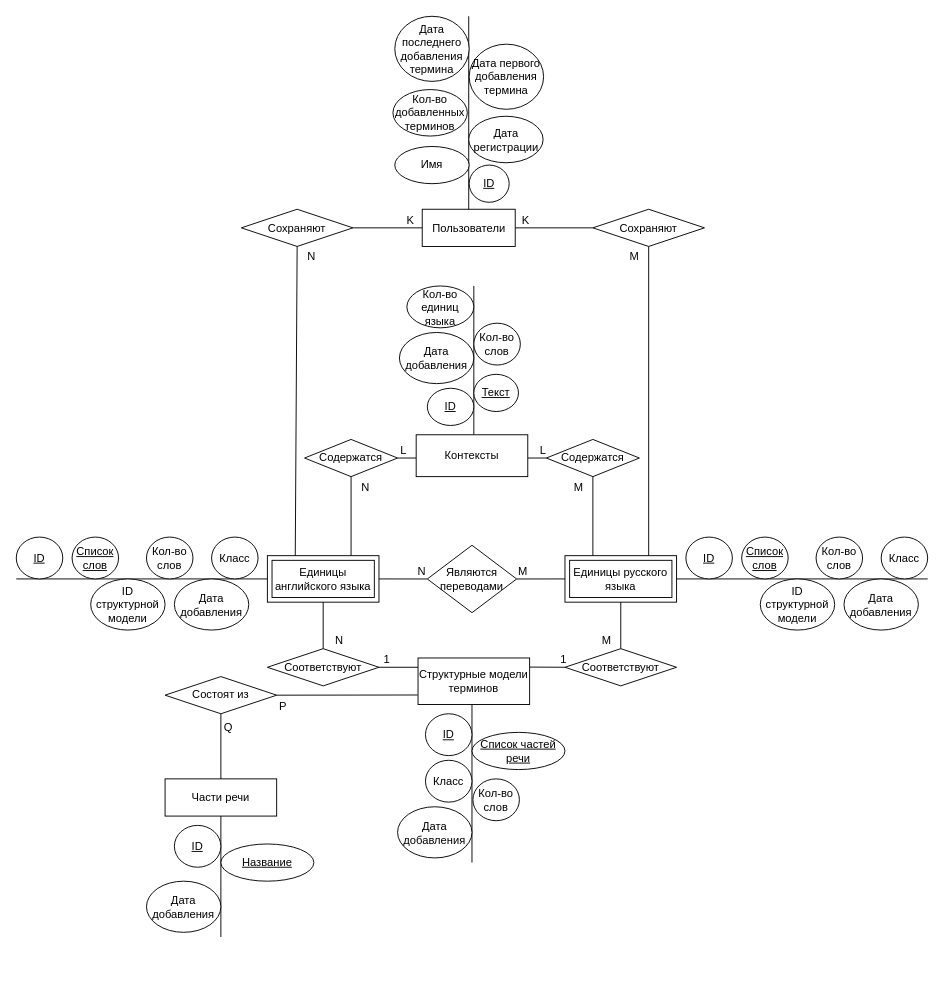
This is docs/tex/img/ER/ER.drawio from Inspirate789/Thermy-backend, a draw.io file, before an edit. Source tidied: cells renumbered, new cells numbered last; positions are measured from the earlier drawing's top-left corner, leaving out a move shared by most shapes. Both pictures are drawn from the tidied source at 93%, with x=0, y=0 at pixel (16, 16).
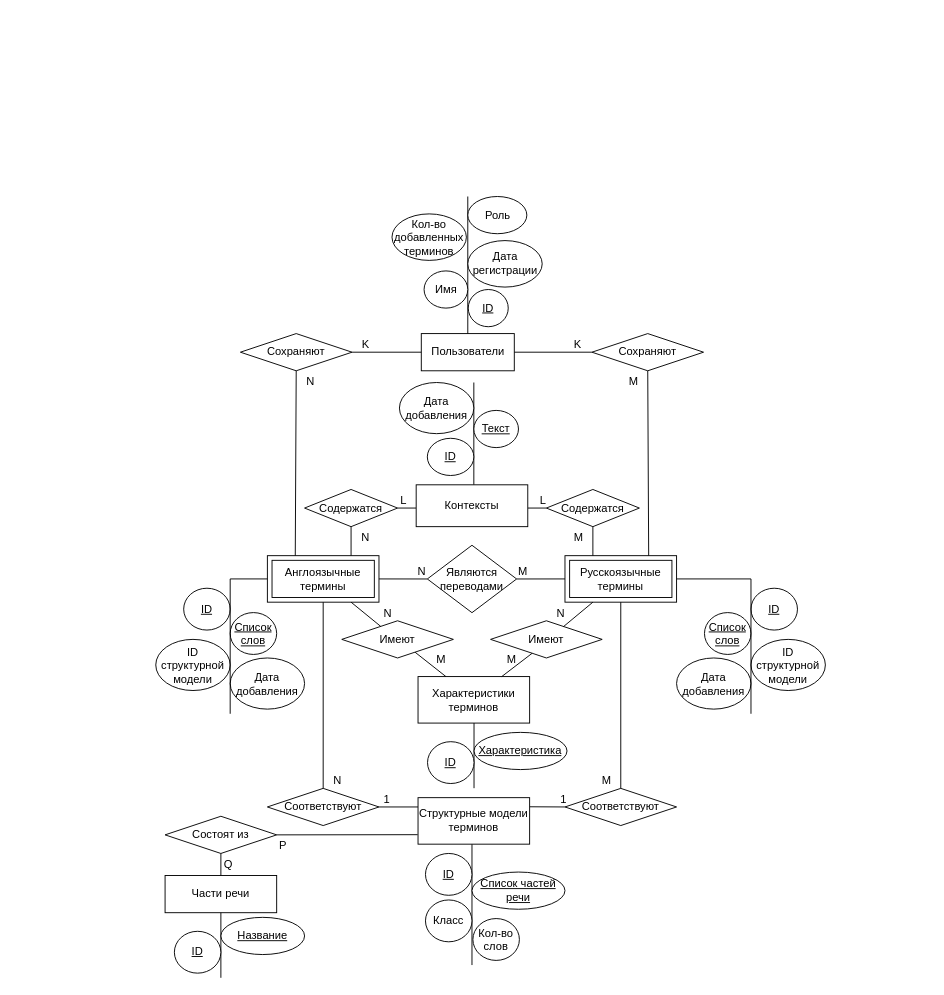
Above is the later version.

Unchanged cells that the change refers to:
```xml
<mxCell id="8" style="endArrow=none;html=1;rounded=0;exitX=0.5;exitY=0;exitDx=0;exitDy=0;entryX=0.5;entryY=1;entryDx=0;entryDy=0;" parent="1" edge="1" source="4" target="2">
  <mxGeometry relative="1" as="geometry" />
</mxCell>
<mxCell id="10" style="endArrow=none;html=1;rounded=0;entryX=0.5;entryY=1;entryDx=0;entryDy=0;exitX=0.5;exitY=0;exitDx=0;exitDy=0;" parent="1" edge="1" source="5" target="3">
  <mxGeometry relative="1" as="geometry" />
</mxCell>
<mxCell id="18" style="endArrow=none;html=1;rounded=0;exitX=1;exitY=0.5;exitDx=0;exitDy=0;entryX=0;entryY=0.5;entryDx=0;entryDy=0;" parent="1" edge="1" source="17" target="16">
  <mxGeometry relative="1" as="geometry" />
</mxCell>
<mxCell id="23" style="endArrow=none;html=1;rounded=0;exitX=0;exitY=0.5;exitDx=0;exitDy=0;entryX=1;entryY=0.5;entryDx=0;entryDy=0;" parent="1" edge="1" source="22" target="16">
  <mxGeometry relative="1" as="geometry" />
</mxCell>
<mxCell id="78" style="endArrow=none;html=1;rounded=0;exitX=0.5;exitY=0;exitDx=0;exitDy=0;entryX=0.5;entryY=1;entryDx=0;entryDy=0;" parent="1" edge="1" source="71" target="75">
  <mxGeometry relative="1" as="geometry" />
</mxCell>
```

Diff of the diagram source:
```diff
@@
-    <mxCell id="2" value="Единицы английского языка" style="shape=ext;margin=3;double=1;whiteSpace=wrap;html=1;align=center;" parent="1" vertex="1">
+    <mxCell id="2" value="Англоязычные термины" style="shape=ext;margin=3;double=1;whiteSpace=wrap;html=1;align=center;" parent="1" vertex="1">
       <mxGeometry x="270" y="580" width="120" height="50" as="geometry" />
     </mxCell>
-    <mxCell id="3" value="Единицы русского языка" style="shape=ext;margin=3;double=1;whiteSpace=wrap;html=1;align=center;" parent="1" vertex="1">
+    <mxCell id="3" value="Русскоязычные термины" style="shape=ext;margin=3;double=1;whiteSpace=wrap;html=1;align=center;" parent="1" vertex="1">
       <mxGeometry x="590" y="580" width="120" height="50" as="geometry" />
     </mxCell>
     <mxCell id="4" value="Соответствуют" style="shape=rhombus;perimeter=rhombusPerimeter;whiteSpace=wrap;html=1;align=center;" parent="1" vertex="1">
-      <mxGeometry x="270" y="680" width="120" height="40" as="geometry" />
+      <mxGeometry x="270" y="830.2" width="120" height="40" as="geometry" />
     </mxCell>
     <mxCell id="5" value="Соответствуют" style="shape=rhombus;perimeter=rhombusPerimeter;whiteSpace=wrap;html=1;align=center;" parent="1" vertex="1">
-      <mxGeometry x="590" y="680" width="120" height="40" as="geometry" />
+      <mxGeometry x="590" y="830.2" width="120" height="40" as="geometry" />
     </mxCell>
     <mxCell id="6" style="endArrow=none;html=1;rounded=0;exitX=1;exitY=0.5;exitDx=0;exitDy=0;exitPerimeter=0;entryX=0;entryY=0.2;entryDx=0;entryDy=0;entryPerimeter=0;" parent="1" edge="1" source="4">
       <mxGeometry relative="1" as="geometry">
-        <mxPoint x="432" y="700" as="targetPoint" />
+        <mxPoint x="432" y="850.2" as="targetPoint" />
       </mxGeometry>
     </mxCell>
@@
     <mxCell id="9" value="N" style="html=1;align=right;verticalAlign=bottom;" parent="8" vertex="1">
       <mxGeometry x="1" relative="1" as="geometry">
-        <mxPoint x="22" y="50" as="offset" />
+        <mxPoint x="20" y="200" as="offset" />
       </mxGeometry>
     </mxCell>
@@
     <mxCell id="11" value="M" style="html=1;align=right;verticalAlign=bottom;" parent="10" vertex="1">
       <mxGeometry x="1" relative="1" as="geometry">
-        <mxPoint x="-10" y="50" as="offset" />
+        <mxPoint x="-10" y="200" as="offset" />
       </mxGeometry>
     </mxCell>
     <mxCell id="12" style="endArrow=none;html=1;rounded=0;exitX=0;exitY=0.5;exitDx=0;exitDy=0;entryX=0.999;entryY=0.196;entryDx=0;entryDy=0;entryPerimeter=0;" parent="1" edge="1" source="5">
       <mxGeometry relative="1" as="geometry">
-        <mxPoint x="551.9" y="699.8" as="targetPoint" />
+        <mxPoint x="551.9" y="850" as="targetPoint" />
       </mxGeometry>
     </mxCell>
@@
     <mxCell id="16" value="Пользователи" style="whiteSpace=wrap;html=1;align=center;" parent="1" vertex="1">
-      <mxGeometry x="436.5" y="207.5" width="100" height="40" as="geometry" />
+      <mxGeometry x="435.5" y="341.2" width="100" height="40" as="geometry" />
     </mxCell>
     <mxCell id="17" value="Сохраняют" style="shape=rhombus;perimeter=rhombusPerimeter;whiteSpace=wrap;html=1;align=center;" parent="1" vertex="1">
-      <mxGeometry x="242" y="207.5" width="120" height="40" as="geometry" />
+      <mxGeometry x="241" y="341.2" width="120" height="40" as="geometry" />
     </mxCell>
@@
     <mxCell id="19" value="K" style="html=1;align=right;verticalAlign=bottom;" parent="18" vertex="1">
       <mxGeometry x="1" relative="1" as="geometry">
-        <mxPoint x="-9" as="offset" />
+        <mxPoint x="-56" as="offset" />
       </mxGeometry>
     </mxCell>
@@
     <mxCell id="22" value="Сохраняют" style="shape=rhombus;perimeter=rhombusPerimeter;whiteSpace=wrap;html=1;align=center;" parent="1" vertex="1">
-      <mxGeometry x="620" y="207.5" width="120" height="40" as="geometry" />
+      <mxGeometry x="619" y="341.2" width="120" height="40" as="geometry" />
     </mxCell>
@@
     <mxCell id="24" value="K" style="html=1;align=right;verticalAlign=bottom;" parent="23" vertex="1">
       <mxGeometry x="1" relative="1" as="geometry">
-        <mxPoint x="16" as="offset" />
+        <mxPoint x="73" as="offset" />
       </mxGeometry>
     </mxCell>
@@
     <mxCell id="30" style="line;strokeWidth=1;dashed=0;labelPosition=right;align=left;verticalAlign=middle;spacingTop=0;spacingLeft=6;direction=south;" parent="1" vertex="1">
-      <mxGeometry x="485" y="740" width="10" height="170" as="geometry" />
+      <mxGeometry x="485" y="890.2" width="10" height="130" as="geometry" />
     </mxCell>
     <mxCell id="31" value="Список частей речи" style="ellipse;whiteSpace=wrap;html=1;align=center;fontStyle=4;" parent="1" vertex="1">
-      <mxGeometry x="490" y="770" width="100" height="40" as="geometry" />
+      <mxGeometry x="490" y="920.2" width="100" height="40" as="geometry" />
     </mxCell>
-    <mxCell id="32" style="line;strokeWidth=1;dashed=0;labelPosition=right;align=left;verticalAlign=middle;spacingTop=0;spacingLeft=6;direction=west;" parent="1" vertex="1">
-      <mxGeometry y="600" width="270" height="10" as="geometry" />
-    </mxCell>
     <mxCell id="33" value="Список слов" style="ellipse;whiteSpace=wrap;html=1;align=center;fontStyle=4;direction=south;" parent="1" vertex="1">
-      <mxGeometry x="60" y="560" width="50" height="45" as="geometry" />
+      <mxGeometry x="230" y="641.2" width="50" height="45" as="geometry" />
     </mxCell>
-    <mxCell id="34" value="Кол-во&lt;br&gt;слов" style="ellipse;whiteSpace=wrap;html=1;align=center;" parent="1" vertex="1">
-      <mxGeometry x="140" y="560" width="50" height="45" as="geometry" />
-    </mxCell>
     <mxCell id="35" value="ID структурной&lt;br&gt;модели" style="ellipse;whiteSpace=wrap;html=1;align=center;" parent="1" vertex="1">
-      <mxGeometry x="80" y="605" width="80" height="55" as="geometry" />
+      <mxGeometry x="150" y="670" width="80" height="55" as="geometry" />
     </mxCell>
     <mxCell id="36" style="line;strokeWidth=1;dashed=0;labelPosition=right;align=left;verticalAlign=middle;spacingTop=0;spacingLeft=6;direction=south;" parent="1" vertex="1">
-      <mxGeometry x="481.5" width="10" height="207.5" as="geometry" />
+      <mxGeometry x="480.5" y="193.8" width="10" height="147.5" as="geometry" />
     </mxCell>
     <mxCell id="37" value="ID" style="ellipse;whiteSpace=wrap;html=1;align=center;fontStyle=4;" parent="1" vertex="1">
-      <mxGeometry x="487" y="160" width="43" height="40" as="geometry" />
+      <mxGeometry x="486" y="293.8" width="43" height="40" as="geometry" />
     </mxCell>
     <mxCell id="38" value="ID" style="ellipse;whiteSpace=wrap;html=1;align=center;fontStyle=4;" parent="1" vertex="1">
-      <mxGeometry x="440" y="750" width="50" height="45" as="geometry" />
+      <mxGeometry x="440" y="900.2" width="50" height="45" as="geometry" />
     </mxCell>
     <mxCell id="39" value="Содержатся" style="shape=rhombus;perimeter=rhombusPerimeter;whiteSpace=wrap;html=1;align=center;" parent="1" vertex="1">
-      <mxGeometry x="310" y="455" width="100" height="40" as="geometry" />
+      <mxGeometry x="310" y="508.8" width="100" height="40" as="geometry" />
     </mxCell>
     <mxCell id="40" style="endArrow=none;html=1;rounded=0;exitX=1;exitY=0.5;exitDx=0;exitDy=0;entryX=0;entryY=0.5;entryDx=0;entryDy=0;" parent="1" edge="1" source="39">
       <mxGeometry relative="1" as="geometry">
-        <mxPoint x="430" y="475" as="targetPoint" />
+        <mxPoint x="430" y="528.8" as="targetPoint" />
       </mxGeometry>
     </mxCell>
@@
     <mxCell id="44" value="Содержатся" style="shape=rhombus;perimeter=rhombusPerimeter;whiteSpace=wrap;html=1;align=center;" parent="1" vertex="1">
-      <mxGeometry x="570" y="455" width="100" height="40" as="geometry" />
+      <mxGeometry x="570" y="508.8" width="100" height="40" as="geometry" />
     </mxCell>
     <mxCell id="45" style="endArrow=none;html=1;rounded=0;exitX=0;exitY=0.5;exitDx=0;exitDy=0;entryX=1;entryY=0.5;entryDx=0;entryDy=0;" parent="1" edge="1" source="44">
       <mxGeometry relative="1" as="geometry">
-        <mxPoint x="550" y="475" as="targetPoint" />
+        <mxPoint x="550" y="528.8" as="targetPoint" />
       </mxGeometry>
     </mxCell>
@@
     <mxCell id="49" style="line;strokeWidth=1;dashed=0;labelPosition=right;align=left;verticalAlign=middle;spacingTop=0;spacingLeft=6;direction=south;" parent="1" vertex="1">
-      <mxGeometry x="487" y="290" width="10" height="160" as="geometry" />
+      <mxGeometry x="487" y="393.8" width="10" height="110" as="geometry" />
     </mxCell>
     <mxCell id="50" value="Текст" style="ellipse;whiteSpace=wrap;html=1;align=center;fontStyle=4;" parent="1" vertex="1">
-      <mxGeometry x="492" y="385" width="48" height="40" as="geometry" />
+      <mxGeometry x="492" y="423.8" width="48" height="40" as="geometry" />
     </mxCell>
     <mxCell id="51" value="ID" style="ellipse;whiteSpace=wrap;html=1;align=center;fontStyle=4;" parent="1" vertex="1">
-      <mxGeometry x="442" y="400" width="50" height="40" as="geometry" />
+      <mxGeometry x="442" y="453.8" width="50" height="40" as="geometry" />
     </mxCell>
     <mxCell id="52" value="ID" style="ellipse;whiteSpace=wrap;html=1;align=center;fontStyle=4;direction=south;" parent="1" vertex="1">
-      <mxGeometry y="560" width="50" height="45" as="geometry" />
+      <mxGeometry x="180" y="615" width="50" height="45" as="geometry" />
     </mxCell>
     <mxCell id="53" value="Кол-во&lt;br&gt;слов" style="ellipse;whiteSpace=wrap;html=1;align=center;" parent="1" vertex="1">
-      <mxGeometry x="491" y="820" width="50" height="45" as="geometry" />
+      <mxGeometry x="491" y="970.2" width="50" height="45" as="geometry" />
     </mxCell>
     <mxCell id="54" value="Кол-во&lt;br&gt;добавленных терминов" style="ellipse;whiteSpace=wrap;html=1;align=center;" parent="1" vertex="1">
-      <mxGeometry x="405" y="78.8" width="80" height="50" as="geometry" />
+      <mxGeometry x="404" y="212.5" width="80" height="50" as="geometry" />
     </mxCell>
     <mxCell id="55" value="Дата регистрации" style="ellipse;whiteSpace=wrap;html=1;align=center;" parent="1" vertex="1">
-      <mxGeometry x="486.5" y="107.5" width="80" height="50" as="geometry" />
+      <mxGeometry x="485.5" y="241.2" width="80" height="50" as="geometry" />
     </mxCell>
-    <mxCell id="56" value="Дата последнего добавления термина" style="ellipse;whiteSpace=wrap;html=1;align=center;" parent="1" vertex="1">
-      <mxGeometry x="407" width="80" height="70" as="geometry" />
-    </mxCell>
     <mxCell id="57" value="Дата добавления" style="ellipse;whiteSpace=wrap;html=1;align=center;" parent="1" vertex="1">
-      <mxGeometry x="170" y="605" width="80" height="55" as="geometry" />
+      <mxGeometry x="230" y="690" width="80" height="55" as="geometry" />
     </mxCell>
     <mxCell id="58" value="Дата добавления" style="ellipse;whiteSpace=wrap;html=1;align=center;" parent="1" vertex="1">
-      <mxGeometry x="412" y="340" width="80" height="55" as="geometry" />
+      <mxGeometry x="412" y="393.8" width="80" height="55" as="geometry" />
     </mxCell>
-    <mxCell id="59" value="Кол-во&lt;br&gt;слов" style="ellipse;whiteSpace=wrap;html=1;align=center;" parent="1" vertex="1">
-      <mxGeometry x="492" y="330" width="50" height="45" as="geometry" />
-    </mxCell>
-    <mxCell id="60" value="Кол-во&lt;br&gt;единиц языка" style="ellipse;whiteSpace=wrap;html=1;align=center;" parent="1" vertex="1">
-      <mxGeometry x="420" y="290" width="72" height="45" as="geometry" />
-    </mxCell>
-    <mxCell id="61" value="Дата первого добавления термина" style="ellipse;whiteSpace=wrap;html=1;align=center;" parent="1" vertex="1">
-      <mxGeometry x="487" y="30" width="80" height="70" as="geometry" />
-    </mxCell>
     <mxCell id="62" value="Класс" style="ellipse;whiteSpace=wrap;html=1;align=center;" parent="1" vertex="1">
-      <mxGeometry x="440" y="800" width="50" height="45" as="geometry" />
+      <mxGeometry x="440" y="950.2" width="50" height="45" as="geometry" />
     </mxCell>
-    <mxCell id="63" value="Класс" style="ellipse;whiteSpace=wrap;html=1;align=center;" parent="1" vertex="1">
-      <mxGeometry x="210" y="560" width="50" height="45" as="geometry" />
-    </mxCell>
-    <mxCell id="64" style="line;strokeWidth=1;dashed=0;labelPosition=right;align=left;verticalAlign=middle;spacingTop=0;spacingLeft=6;direction=west;" parent="1" vertex="1">
-      <mxGeometry x="710" y="600" width="270" height="10" as="geometry" />
-    </mxCell>
-    <mxCell id="65" value="Список слов" style="ellipse;whiteSpace=wrap;html=1;align=center;fontStyle=4;direction=south;" parent="1" vertex="1">
-      <mxGeometry x="780" y="560" width="50" height="45" as="geometry" />
-    </mxCell>
-    <mxCell id="66" value="Кол-во&lt;br&gt;слов" style="ellipse;whiteSpace=wrap;html=1;align=center;" parent="1" vertex="1">
-      <mxGeometry x="860" y="560" width="50" height="45" as="geometry" />
-    </mxCell>
-    <mxCell id="67" value="ID структурной&lt;br&gt;модели" style="ellipse;whiteSpace=wrap;html=1;align=center;" parent="1" vertex="1">
-      <mxGeometry x="800" y="605" width="80" height="55" as="geometry" />
-    </mxCell>
-    <mxCell id="68" value="ID" style="ellipse;whiteSpace=wrap;html=1;align=center;fontStyle=4;direction=south;" parent="1" vertex="1">
-      <mxGeometry x="720" y="560" width="50" height="45" as="geometry" />
-    </mxCell>
-    <mxCell id="69" value="Дата добавления" style="ellipse;whiteSpace=wrap;html=1;align=center;" parent="1" vertex="1">
-      <mxGeometry x="890" y="605" width="80" height="55" as="geometry" />
-    </mxCell>
-    <mxCell id="70" value="Класс" style="ellipse;whiteSpace=wrap;html=1;align=center;" parent="1" vertex="1">
-      <mxGeometry x="930" y="560" width="50" height="45" as="geometry" />
-    </mxCell>
     <mxCell id="71" value="Части речи" style="whiteSpace=wrap;html=1;align=center;" parent="1" vertex="1">
-      <mxGeometry x="160" y="820" width="120" height="40" as="geometry" />
+      <mxGeometry x="160" y="923.9" width="120" height="40" as="geometry" />
     </mxCell>
     <mxCell id="72" style="line;strokeWidth=1;dashed=0;labelPosition=right;align=left;verticalAlign=middle;spacingTop=0;spacingLeft=6;direction=south;" parent="1" vertex="1">
-      <mxGeometry x="215" y="860" width="10" height="130" as="geometry" />
+      <mxGeometry x="215" y="963.9" width="10" height="70" as="geometry" />
     </mxCell>
     <mxCell id="73" value="Название" style="ellipse;whiteSpace=wrap;html=1;align=center;fontStyle=4;" parent="1" vertex="1">
-      <mxGeometry x="220" y="890" width="100" height="40" as="geometry" />
+      <mxGeometry x="220" y="968.9" width="90" height="40" as="geometry" />
     </mxCell>
     <mxCell id="74" value="ID" style="ellipse;whiteSpace=wrap;html=1;align=center;fontStyle=4;" parent="1" vertex="1">
-      <mxGeometry x="170" y="870" width="50" height="45" as="geometry" />
+      <mxGeometry x="170" y="983.9" width="50" height="45" as="geometry" />
     </mxCell>
     <mxCell id="75" value="Состоят из" style="shape=rhombus;perimeter=rhombusPerimeter;whiteSpace=wrap;html=1;align=center;" parent="1" vertex="1">
-      <mxGeometry x="160" y="710" width="120" height="40" as="geometry" />
+      <mxGeometry x="160" y="860.2" width="120" height="40" as="geometry" />
     </mxCell>
     <mxCell id="76" style="endArrow=none;html=1;rounded=0;exitX=1;exitY=0.5;exitDx=0;exitDy=0;entryX=-0.003;entryY=0.796;entryDx=0;entryDy=0;entryPerimeter=0;" parent="1" edge="1" source="75">
       <mxGeometry relative="1" as="geometry">
-        <mxPoint x="431.6" y="729.8" as="targetPoint" />
+        <mxPoint x="431.6" y="880" as="targetPoint" />
       </mxGeometry>
     </mxCell>
@@
     <mxCell id="79" value="Q" style="html=1;align=right;verticalAlign=bottom;" parent="78" vertex="1">
       <mxGeometry x="1" relative="1" as="geometry">
-        <mxPoint x="13" y="23" as="offset" />
+        <mxPoint x="13" y="20" as="offset" />
       </mxGeometry>
     </mxCell>
-    <mxCell id="80" value="Дата добавления" style="ellipse;whiteSpace=wrap;html=1;align=center;" parent="1" vertex="1">
-      <mxGeometry x="410" y="850" width="80" height="55" as="geometry" />
-    </mxCell>
-    <mxCell id="81" value="Дата добавления" style="ellipse;whiteSpace=wrap;html=1;align=center;" parent="1" vertex="1">
-      <mxGeometry x="140" y="930" width="80" height="55" as="geometry" />
-    </mxCell>
     <mxCell id="82" value="Имя" style="ellipse;whiteSpace=wrap;html=1;align=center;" parent="1" vertex="1">
-      <mxGeometry x="407" y="140" width="80" height="40" as="geometry" />
+      <mxGeometry x="438.5" y="273.8" width="47" height="40" as="geometry" />
     </mxCell>
     <mxCell id="83" value="Контексты" style="whiteSpace=wrap;html=1;align=center;" parent="1" vertex="1">
-      <mxGeometry x="430" y="450" width="120" height="45" as="geometry" />
+      <mxGeometry x="430" y="503.8" width="120" height="45" as="geometry" />
     </mxCell>
     <mxCell id="84" value="Структурные модели терминов" style="whiteSpace=wrap;html=1;align=center;" parent="1" vertex="1">
-      <mxGeometry x="432" y="690" width="120" height="50" as="geometry" />
+      <mxGeometry x="432" y="840.2" width="120" height="50" as="geometry" />
     </mxCell>
+    <mxCell id="85" value="Роль" style="ellipse;whiteSpace=wrap;html=1;align=center;" parent="1" vertex="1">
+      <mxGeometry x="485.5" y="193.8" width="63.5" height="40" as="geometry" />
+    </mxCell>
+    <mxCell id="86" value="Характеристики терминов" style="whiteSpace=wrap;html=1;align=center;" parent="1" vertex="1">
+      <mxGeometry x="432" y="710" width="120" height="50" as="geometry" />
+    </mxCell>
+    <mxCell id="87" value="Имеют" style="shape=rhombus;perimeter=rhombusPerimeter;whiteSpace=wrap;html=1;align=center;" parent="1" vertex="1">
+      <mxGeometry x="350" y="650" width="120" height="40" as="geometry" />
+    </mxCell>
+    <mxCell id="88" value="Имеют" style="shape=rhombus;perimeter=rhombusPerimeter;whiteSpace=wrap;html=1;align=center;" parent="1" vertex="1">
+      <mxGeometry x="510" y="650" width="120" height="40" as="geometry" />
+    </mxCell>
+    <mxCell id="89" style="endArrow=none;html=1;rounded=0;exitX=0.349;exitY=0.151;exitDx=0;exitDy=0;entryX=0.75;entryY=1;entryDx=0;entryDy=0;exitPerimeter=0;" parent="1" edge="1" source="87" target="2">
+      <mxGeometry relative="1" as="geometry" />
+    </mxCell>
+    <mxCell id="90" style="endArrow=none;html=1;rounded=0;exitX=0.25;exitY=0;exitDx=0;exitDy=0;entryX=0.657;entryY=0.846;entryDx=0;entryDy=0;entryPerimeter=0;" parent="1" edge="1" source="86" target="87">
+      <mxGeometry relative="1" as="geometry" />
+    </mxCell>
+    <mxCell id="91" style="endArrow=none;html=1;rounded=0;exitX=0.653;exitY=0.158;exitDx=0;exitDy=0;entryX=0.25;entryY=1;entryDx=0;entryDy=0;exitPerimeter=0;" parent="1" edge="1" source="88" target="3">
+      <mxGeometry relative="1" as="geometry" />
+    </mxCell>
+    <mxCell id="92" style="endArrow=none;html=1;rounded=0;exitX=0.75;exitY=0;exitDx=0;exitDy=0;entryX=0.372;entryY=0.875;entryDx=0;entryDy=0;entryPerimeter=0;" parent="1" edge="1" source="86" target="88">
+      <mxGeometry relative="1" as="geometry" />
+    </mxCell>
+    <mxCell id="93" value="N" style="html=1;align=right;verticalAlign=bottom;" parent="1" vertex="1">
+      <mxGeometry x="404" y="650" as="geometry" />
+    </mxCell>
+    <mxCell id="94" value="N" style="html=1;align=right;verticalAlign=bottom;" parent="1" vertex="1">
+      <mxGeometry x="590" y="650" as="geometry" />
+    </mxCell>
+    <mxCell id="95" value="M" style="html=1;align=right;verticalAlign=bottom;" parent="1" vertex="1">
+      <mxGeometry x="462" y="700" as="geometry" />
+    </mxCell>
+    <mxCell id="96" value="M" style="html=1;align=right;verticalAlign=bottom;" parent="1" vertex="1">
+      <mxGeometry x="538" y="700" as="geometry" />
+    </mxCell>
+    <mxCell id="97" style="line;strokeWidth=1;dashed=0;labelPosition=right;align=left;verticalAlign=middle;spacingTop=0;spacingLeft=6;direction=south;" parent="1" vertex="1">
+      <mxGeometry x="487.2" y="760" width="10" height="70" as="geometry" />
+    </mxCell>
+    <mxCell id="98" value="Характеристика" style="ellipse;whiteSpace=wrap;html=1;align=center;fontStyle=4;" parent="1" vertex="1">
+      <mxGeometry x="492.2" y="770" width="100" height="40" as="geometry" />
+    </mxCell>
+    <mxCell id="99" value="ID" style="ellipse;whiteSpace=wrap;html=1;align=center;fontStyle=4;" parent="1" vertex="1">
+      <mxGeometry x="442.2" y="780" width="50" height="45" as="geometry" />
+    </mxCell>
+    <mxCell id="100" style="endArrow=none;html=1;rounded=0;entryX=0;entryY=0.5;entryDx=0;entryDy=0;" parent="1" edge="1" target="2">
+      <mxGeometry relative="1" as="geometry">
+        <mxPoint x="230" y="750" as="sourcePoint" />
+        <Array as="points">
+          <mxPoint x="230" y="605" />
+        </Array>
+      </mxGeometry>
+    </mxCell>
+    <mxCell id="65" value="Список слов" style="ellipse;whiteSpace=wrap;html=1;align=center;fontStyle=4;direction=south;" parent="1" vertex="1">
+      <mxGeometry x="740" y="641.2" width="50" height="45" as="geometry" />
+    </mxCell>
+    <mxCell id="67" value="ID структурной&lt;br&gt;модели" style="ellipse;whiteSpace=wrap;html=1;align=center;" parent="1" vertex="1">
+      <mxGeometry x="790" y="670" width="80" height="55" as="geometry" />
+    </mxCell>
+    <mxCell id="68" value="ID" style="ellipse;whiteSpace=wrap;html=1;align=center;fontStyle=4;direction=south;" parent="1" vertex="1">
+      <mxGeometry x="790" y="615" width="50" height="45" as="geometry" />
+    </mxCell>
+    <mxCell id="101" value="Дата добавления" style="ellipse;whiteSpace=wrap;html=1;align=center;" parent="1" vertex="1">
+      <mxGeometry x="710" y="690" width="80" height="55" as="geometry" />
+    </mxCell>
+    <mxCell id="102" style="endArrow=none;html=1;rounded=0;entryX=1;entryY=0.5;entryDx=0;entryDy=0;" parent="1" edge="1" target="3">
+      <mxGeometry relative="1" as="geometry">
+        <mxPoint x="790" y="750" as="sourcePoint" />
+        <Array as="points">
+          <mxPoint x="790" y="605" />
+        </Array>
+      </mxGeometry>
+    </mxCell>
```
